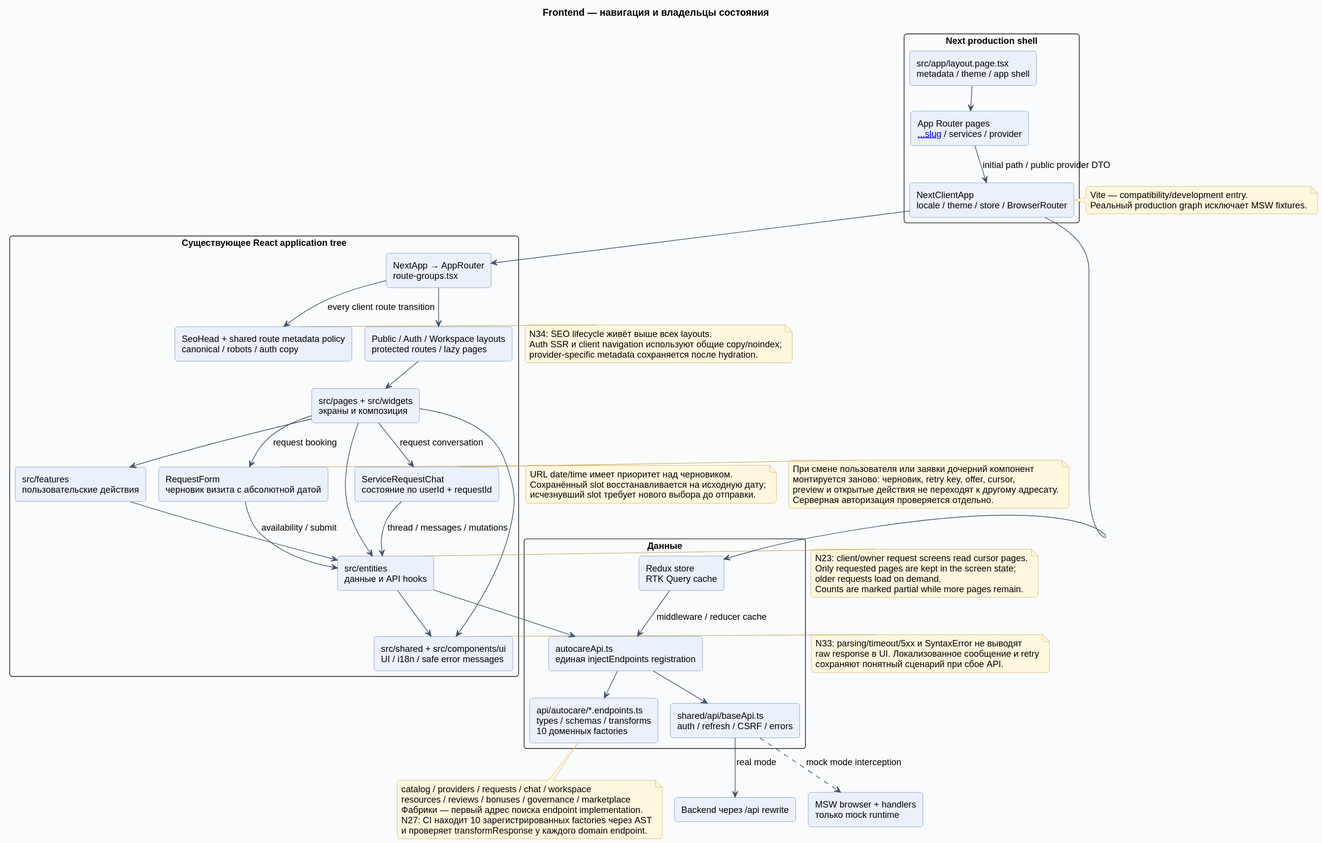
Before: docs/diagrams/rendered/03-frontend.svg, a diagram exported from PlantUML (Dima163163/auto-care-hub).
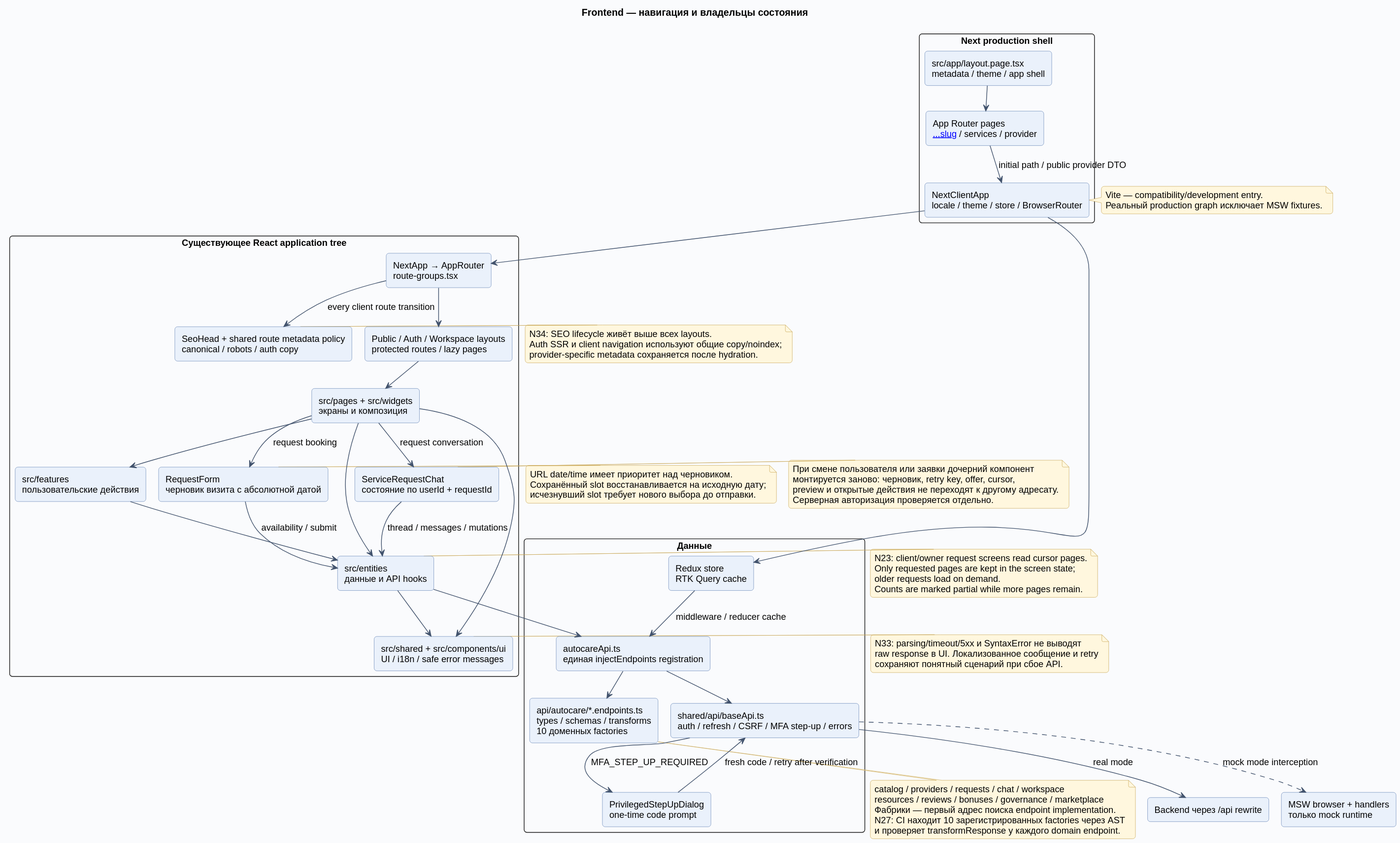
The same diagram one commit later.

Change to the diagram source:
```diff
@@ -22,7 +22,8 @@
   component "Redux store\nRTK Query cache" as Store
   component "autocareApi.ts\nединая injectEndpoints registration" as AutoAPI
   component "api/autocare/*.endpoints.ts\ntypes / schemas / transforms\n10 доменных factories" as Factories
-  component "shared/api/baseApi.ts\nauth / refresh / CSRF / errors" as Transport
+  component "shared/api/baseApi.ts\nauth / refresh / CSRF / MFA step-up / errors" as Transport
+  component "PrivilegedStepUpDialog\none-time code prompt" as StepUpDialog
 }
 component "Backend через /api rewrite" as Backend
 component "MSW browser + handlers\nтолько mock runtime" as Mock
@@ -46,6 +47,8 @@
 AutoAPI --> Factories
 AutoAPI --> Transport
 Transport --> Backend : real mode
+Transport --> StepUpDialog : MFA_STEP_UP_REQUIRED
+StepUpDialog --> Transport : fresh code / retry after verification
 Transport ..> Mock : mock mode interception
 Store --> AutoAPI : middleware / reducer cache
 note bottom of Factories
```
